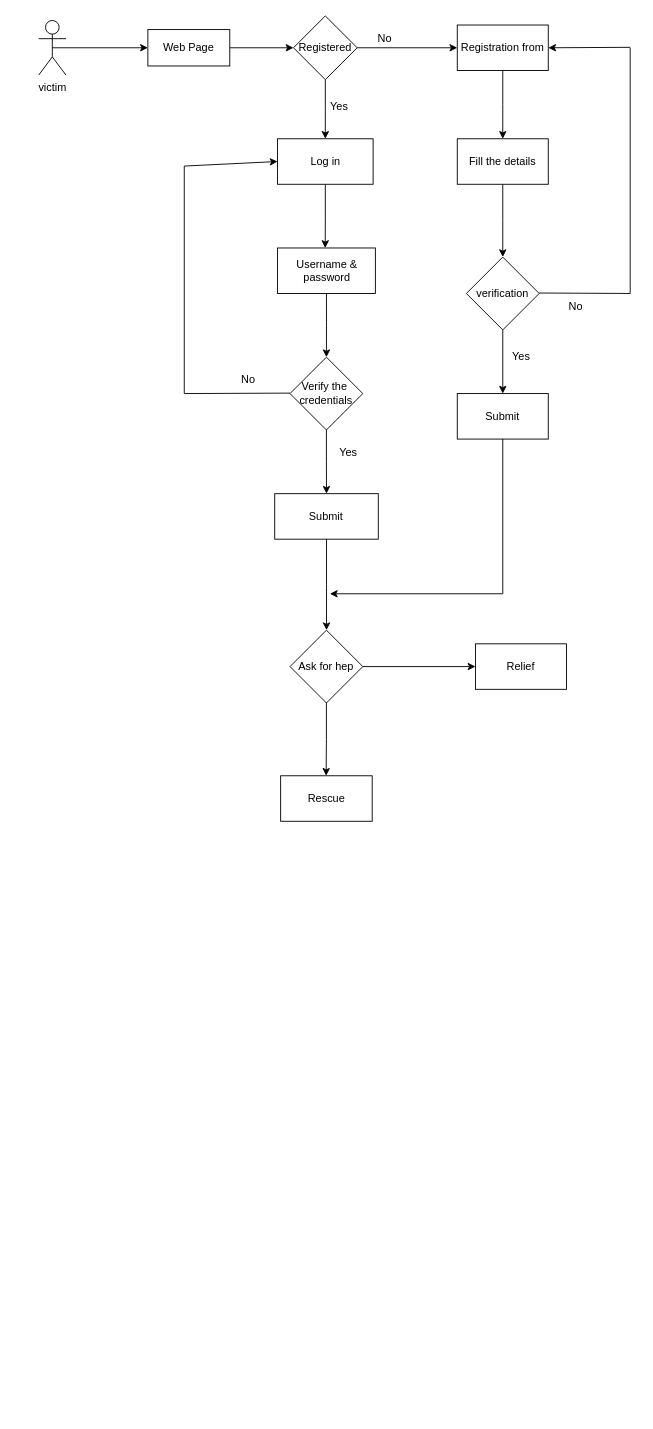
The draw.io diagram CFD Diagram.drawio in ShubhamJejurkar98/Repository1, before the edit. Source tidied: cells renumbered, new cells numbered last; positions are measured from the earlier drawing's top-left corner, leaving out a move shared by most shapes. Both pictures are drawn from the tidied source at 91%, with x=0, y=0 at pixel (38, 15).
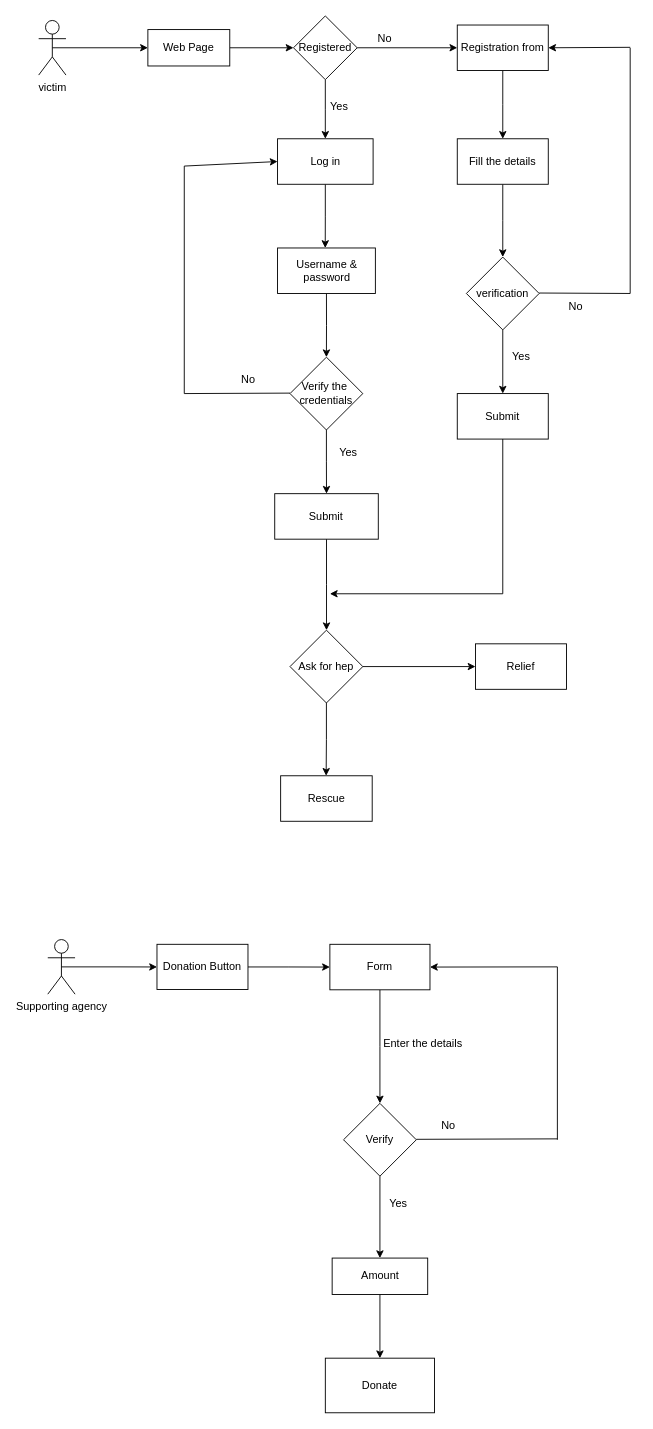
After the change.

The edit, as a diff of the source:
```diff
@@
+    <mxCell id="43" style="edgeStyle=orthogonalEdgeStyle;rounded=0;jettySize=auto;html=1;exitX=0.5;exitY=0.5;exitDx=0;exitDy=0;exitPerimeter=0;" parent="1" edge="1" source="44" target="46">
+      <mxGeometry relative="1" as="geometry" />
+    </mxCell>
+    <mxCell id="44" value="Supporting agency" style="shape=umlActor;verticalLabelPosition=bottom;verticalAlign=top;html=1;outlineConnect=0;" parent="1" vertex="1">
+      <mxGeometry x="10" y="1015" width="30" height="60" as="geometry" />
+    </mxCell>
+    <mxCell id="45" style="edgeStyle=orthogonalEdgeStyle;rounded=0;jettySize=auto;html=1;" parent="1" edge="1" source="46" target="48">
+      <mxGeometry relative="1" as="geometry" />
+    </mxCell>
+    <mxCell id="46" value="Donation Button" style="rounded=0;whiteSpace=wrap;html=1;" parent="1" vertex="1">
+      <mxGeometry x="130" y="1020.2" width="100" height="49.7" as="geometry" />
+    </mxCell>
+    <mxCell id="47" style="edgeStyle=orthogonalEdgeStyle;rounded=0;jettySize=auto;html=1;exitX=0.5;exitY=1;exitDx=0;exitDy=0;" parent="1" edge="1" source="48">
+      <mxGeometry relative="1" as="geometry">
+        <mxPoint x="375" y="1195" as="targetPoint" />
+      </mxGeometry>
+    </mxCell>
+    <mxCell id="48" value="Form" style="whiteSpace=wrap;html=1;rounded=0;" parent="1" vertex="1">
+      <mxGeometry x="320" y="1020.2" width="110" height="50" as="geometry" />
+    </mxCell>
+    <mxCell id="49" value="Enter the details" style="text;html=1;align=center;verticalAlign=middle;fillColor=none;strokeColor=none;rounded=0;" parent="1" vertex="1">
+      <mxGeometry x="366.6" y="1115" width="110" height="30" as="geometry" />
+    </mxCell>
+    <mxCell id="50" style="edgeStyle=orthogonalEdgeStyle;rounded=0;jettySize=auto;html=1;" parent="1" edge="1" source="51" target="53">
+      <mxGeometry relative="1" as="geometry" />
+    </mxCell>
+    <mxCell id="51" value="Verify" style="rhombus;whiteSpace=wrap;html=1;" parent="1" vertex="1">
+      <mxGeometry x="335" y="1195" width="80" height="80" as="geometry" />
+    </mxCell>
+    <mxCell id="52" style="edgeStyle=orthogonalEdgeStyle;rounded=0;jettySize=auto;html=1;" parent="1" edge="1" source="53" target="55">
+      <mxGeometry relative="1" as="geometry" />
+    </mxCell>
+    <mxCell id="53" value="Amount" style="whiteSpace=wrap;html=1;" parent="1" vertex="1">
+      <mxGeometry x="322.5" y="1365" width="105" height="40" as="geometry" />
+    </mxCell>
+    <mxCell id="54" value="Yes" style="text;html=1;align=center;verticalAlign=middle;fillColor=none;strokeColor=none;rounded=0;" parent="1" vertex="1">
+      <mxGeometry x="375" y="1290" width="40" height="30" as="geometry" />
+    </mxCell>
+    <mxCell id="55" value="Donate" style="whiteSpace=wrap;html=1;" parent="1" vertex="1">
+      <mxGeometry x="315" y="1475" width="120" height="60" as="geometry" />
+    </mxCell>
+    <mxCell id="56" style="endArrow=none;html=1;rounded=0;" parent="1" edge="1">
+      <mxGeometry relative="1" as="geometry">
+        <mxPoint x="570" y="1234" as="sourcePoint" />
+        <mxPoint x="415" y="1234.5" as="targetPoint" />
+      </mxGeometry>
+    </mxCell>
+    <mxCell id="57" value="No" style="text;html=1;align=center;verticalAlign=middle;fillColor=none;strokeColor=none;rounded=0;" parent="1" vertex="1">
+      <mxGeometry x="430" y="1205" width="40" height="30" as="geometry" />
+    </mxCell>
+    <mxCell id="58" style="endArrow=none;html=1;rounded=0;" parent="1" edge="1">
+      <mxGeometry relative="1" as="geometry">
+        <mxPoint x="570" y="1235" as="sourcePoint" />
+        <mxPoint x="570" y="1045" as="targetPoint" />
+      </mxGeometry>
+    </mxCell>
+    <mxCell id="59" style="endArrow=classic;html=1;rounded=0;entryX=1;entryY=0.5;entryDx=0;entryDy=0;" parent="1" edge="1" target="48">
+      <mxGeometry relative="1" as="geometry">
+        <mxPoint x="570" y="1045" as="sourcePoint" />
+      </mxGeometry>
+    </mxCell>
```
